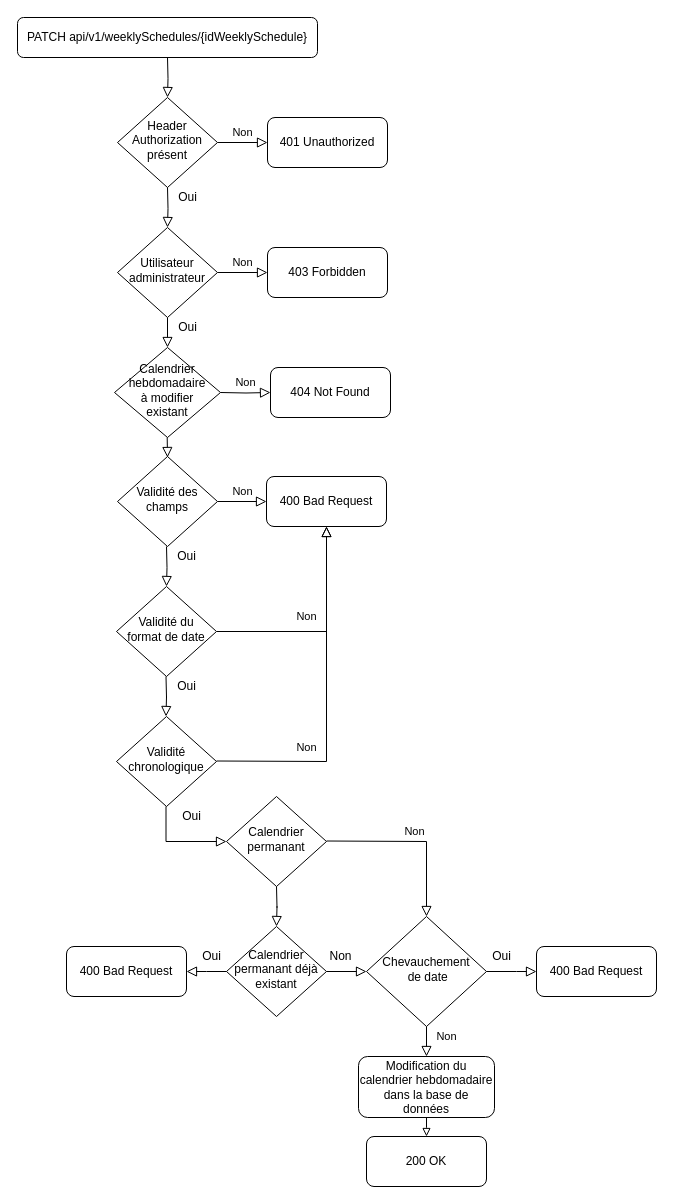
This is documentation/diagram/drawio/flowchartUpdateOneWeeklySchedule.drawio from jonathanboreljaquet/bj-travail-diplome-2021, a draw.io file, before an edit. Source tidied: cells renumbered, new cells numbered last; positions are measured from the earlier drawing's top-left corner, leaving out a move shared by most shapes. Both pictures are drawn from the tidied source at 100%, with x=0, y=0 at pixel (17, 17).
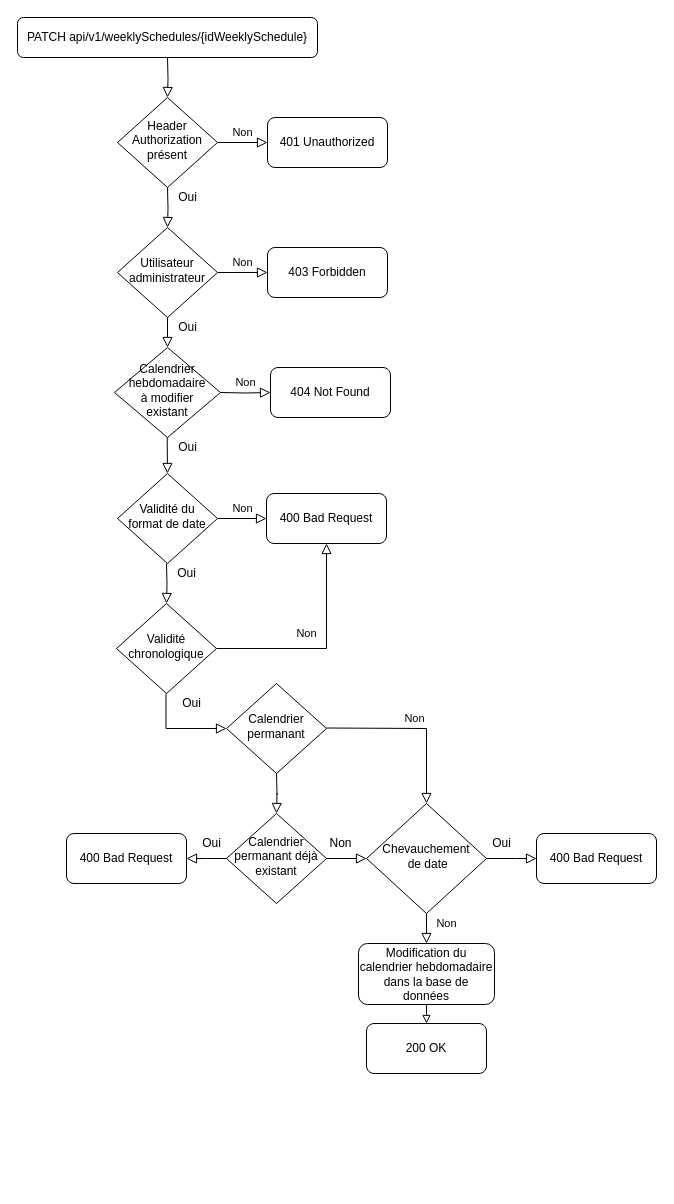
Above is the later version.

Change to the diagram source:
```diff
@@
-    <mxCell id="5" value="Validité des &lt;br&gt;champs" style="rhombus;whiteSpace=wrap;html=1;shadow=0;fontFamily=Helvetica;fontSize=12;align=center;strokeWidth=1;spacing=6;spacingTop=-4;" parent="1" vertex="1">
-      <mxGeometry x="100" y="439" width="100" height="90" as="geometry" />
+    <mxCell id="5" value="Validité du format de date" style="rhombus;whiteSpace=wrap;html=1;shadow=0;fontFamily=Helvetica;fontSize=12;align=center;strokeWidth=1;spacing=6;spacingTop=-4;" parent="1" vertex="1">
+      <mxGeometry x="100" y="456" width="100" height="90" as="geometry" />
     </mxCell>
     <mxCell id="6" value="400 Bad Request" style="rounded=1;whiteSpace=wrap;html=1;fontSize=12;glass=0;strokeWidth=1;shadow=0;" parent="1" vertex="1">
-      <mxGeometry x="249" y="459" width="120" height="50" as="geometry" />
+      <mxGeometry x="249" y="476" width="120" height="50" as="geometry" />
     </mxCell>
     <mxCell id="7" style="edgeStyle=orthogonalEdgeStyle;rounded=0;jettySize=auto;html=1;endArrow=block;endFill=0;entryX=0.5;entryY=0;entryDx=0;entryDy=0;" parent="1" edge="1" source="8" target="9">
       <mxGeometry relative="1" as="geometry">
         <Array as="points">
-          <mxPoint x="409" y="1110" />
-          <mxPoint x="409" y="1110" />
+          <mxPoint x="409" y="997" />
+          <mxPoint x="409" y="997" />
         </Array>
       </mxGeometry>
     </mxCell>
     <mxCell id="8" value="Modification&amp;nbsp;du calendrier hebdomadaire dans la base de données" style="rounded=1;whiteSpace=wrap;html=1;fontSize=12;glass=0;strokeWidth=1;shadow=0;" parent="1" vertex="1">
-      <mxGeometry x="341" y="1039" width="136" height="61" as="geometry" />
+      <mxGeometry x="341" y="926" width="136" height="61" as="geometry" />
     </mxCell>
     <mxCell id="9" value="200 OK" style="rounded=1;whiteSpace=wrap;html=1;fontSize=12;glass=0;strokeWidth=1;shadow=0;" parent="1" vertex="1">
-      <mxGeometry x="349" y="1119" width="120" height="50" as="geometry" />
+      <mxGeometry x="349" y="1006" width="120" height="50" as="geometry" />
     </mxCell>
@@
     <mxCell id="18" style="rounded=0;html=1;jettySize=auto;fontSize=11;endArrow=block;endFill=0;endSize=8;strokeWidth=1;shadow=0;labelBackgroundColor=none;edgeStyle=orthogonalEdgeStyle;" parent="1" edge="1" target="20">
       <mxGeometry relative="1" as="geometry">
-        <mxPoint x="149" y="529" as="sourcePoint" />
+        <mxPoint x="149" y="546" as="sourcePoint" />
       </mxGeometry>
     </mxCell>
@@
-    <mxCell id="20" value="Validité du format de date" style="rhombus;whiteSpace=wrap;html=1;shadow=0;fontFamily=Helvetica;fontSize=12;align=center;strokeWidth=1;spacing=6;spacingTop=-4;" parent="1" vertex="1">
-      <mxGeometry x="99" y="569" width="100" height="90" as="geometry" />
+    <mxCell id="20" value="Validité chronologique" style="rhombus;whiteSpace=wrap;html=1;shadow=0;fontFamily=Helvetica;fontSize=12;align=center;strokeWidth=1;spacing=6;spacingTop=-4;" parent="1" vertex="1">
+      <mxGeometry x="99" y="586" width="100" height="90" as="geometry" />
     </mxCell>
-    <mxCell id="21" style="rounded=0;html=1;jettySize=auto;orthogonalLoop=1;fontSize=11;endArrow=block;endFill=0;endSize=8;strokeWidth=1;shadow=0;labelBackgroundColor=none;edgeStyle=orthogonalEdgeStyle;" parent="1" edge="1">
-      <mxGeometry relative="1" as="geometry">
-        <mxPoint x="148.5" y="659" as="sourcePoint" />
-        <mxPoint x="148.5" y="699" as="targetPoint" />
-      </mxGeometry>
-    </mxCell>
-    <mxCell id="22" value="Oui" style="text;html=1;align=center;verticalAlign=middle;strokeColor=none;" parent="1" vertex="1">
-      <mxGeometry x="154" y="659" width="30" height="20" as="geometry" />
-    </mxCell>
@@
     <mxCell id="25" value="Oui" style="text;html=1;align=center;verticalAlign=middle;strokeColor=none;" parent="1" vertex="1">
-      <mxGeometry x="154" y="529" width="30" height="20" as="geometry" />
+      <mxGeometry x="154" y="546" width="30" height="20" as="geometry" />
     </mxCell>
-    <mxCell id="26" value="Validité chronologique" style="rhombus;whiteSpace=wrap;html=1;shadow=0;fontFamily=Helvetica;fontSize=12;align=center;strokeWidth=1;spacing=6;spacingTop=-4;" parent="1" vertex="1">
-      <mxGeometry x="99" y="699" width="100" height="90" as="geometry" />
-    </mxCell>
     <mxCell id="27" style="rounded=0;html=1;jettySize=auto;fontSize=11;endArrow=block;endFill=0;endSize=8;strokeWidth=1;shadow=0;labelBackgroundColor=none;edgeStyle=orthogonalEdgeStyle;entryX=0;entryY=0.5;entryDx=0;entryDy=0;" parent="1" edge="1" target="30">
       <mxGeometry relative="1" as="geometry">
-        <mxPoint x="148.5" y="789" as="sourcePoint" />
+        <mxPoint x="148.5" y="676" as="sourcePoint" />
         <Array as="points">
-          <mxPoint x="149" y="824" />
+          <mxPoint x="149" y="711" />
         </Array>
       </mxGeometry>
     </mxCell>
     <mxCell id="28" value="Oui" style="text;html=1;align=center;verticalAlign=middle;strokeColor=none;" parent="1" vertex="1">
-      <mxGeometry x="159" y="789" width="30" height="20" as="geometry" />
+      <mxGeometry x="159" y="676" width="30" height="20" as="geometry" />
     </mxCell>
-    <mxCell id="29" value="Non" style="edgeStyle=orthogonalEdgeStyle;rounded=0;html=1;jettySize=auto;fontSize=11;endArrow=block;endFill=0;endSize=8;strokeWidth=1;shadow=0;labelBackgroundColor=none;entryX=0.5;entryY=1;entryDx=0;entryDy=0;" parent="1" edge="1" target="6">
-      <mxGeometry x="-0.48" y="15" relative="1" as="geometry">
-        <mxPoint x="199" y="743.5" as="sourcePoint" />
-        <mxPoint y="1" as="offset" />
-      </mxGeometry>
-    </mxCell>
     <mxCell id="30" value="Calendrier permanant" style="rhombus;whiteSpace=wrap;html=1;shadow=0;fontFamily=Helvetica;fontSize=12;align=center;strokeWidth=1;spacing=6;spacingTop=-4;" parent="1" vertex="1">
-      <mxGeometry x="209" y="779" width="100" height="90" as="geometry" />
+      <mxGeometry x="209" y="666" width="100" height="90" as="geometry" />
     </mxCell>
     <mxCell id="31" style="rounded=0;html=1;jettySize=auto;orthogonalLoop=1;fontSize=11;endArrow=block;endFill=0;endSize=8;strokeWidth=1;shadow=0;labelBackgroundColor=none;edgeStyle=orthogonalEdgeStyle;" parent="1" edge="1">
       <mxGeometry relative="1" as="geometry">
-        <mxPoint x="259" y="869" as="sourcePoint" />
-        <mxPoint x="259" y="909" as="targetPoint" />
+        <mxPoint x="259" y="756" as="sourcePoint" />
+        <mxPoint x="259" y="796" as="targetPoint" />
       </mxGeometry>
     </mxCell>
     <mxCell id="32" value="Oui" style="text;html=1;align=center;verticalAlign=middle;strokeColor=none;" parent="1" vertex="1">
-      <mxGeometry x="469" y="929" width="30" height="20" as="geometry" />
+      <mxGeometry x="469" y="816" width="30" height="20" as="geometry" />
     </mxCell>
     <mxCell id="33" value="Calendrier permanant déjà existant" style="rhombus;whiteSpace=wrap;html=1;shadow=0;fontFamily=Helvetica;fontSize=12;align=center;strokeWidth=1;spacing=6;spacingTop=-4;" parent="1" vertex="1">
-      <mxGeometry x="209" y="909" width="100" height="90" as="geometry" />
+      <mxGeometry x="209" y="796" width="100" height="90" as="geometry" />
     </mxCell>
     <mxCell id="34" style="rounded=0;html=1;jettySize=auto;fontSize=11;endArrow=block;endFill=0;endSize=8;strokeWidth=1;shadow=0;labelBackgroundColor=none;edgeStyle=orthogonalEdgeStyle;" parent="1" edge="1" source="33">
       <mxGeometry relative="1" as="geometry">
-        <mxPoint x="169" y="954" as="targetPoint" />
+        <mxPoint x="169" y="841" as="targetPoint" />
       </mxGeometry>
     </mxCell>
     <mxCell id="35" value="Oui" style="text;html=1;align=center;verticalAlign=middle;strokeColor=none;" parent="1" vertex="1">
-      <mxGeometry x="179" y="929" width="30" height="20" as="geometry" />
+      <mxGeometry x="179" y="816" width="30" height="20" as="geometry" />
     </mxCell>
     <mxCell id="36" value="Non" style="edgeStyle=orthogonalEdgeStyle;rounded=0;html=1;jettySize=auto;fontSize=11;endArrow=block;endFill=0;endSize=8;strokeWidth=1;shadow=0;labelBackgroundColor=none;entryX=0.5;entryY=0;entryDx=0;entryDy=0;" parent="1" edge="1" target="37">
       <mxGeometry y="10" relative="1" as="geometry">
-        <mxPoint x="309" y="823.5" as="sourcePoint" />
+        <mxPoint x="309" y="710.5" as="sourcePoint" />
       </mxGeometry>
     </mxCell>
     <mxCell id="37" value="Chevauchement&lt;br&gt;&amp;nbsp;de date" style="rhombus;whiteSpace=wrap;html=1;shadow=0;fontFamily=Helvetica;fontSize=12;align=center;strokeWidth=1;spacing=6;spacingTop=-4;" parent="1" vertex="1">
-      <mxGeometry x="349" y="899" width="120" height="110" as="geometry" />
+      <mxGeometry x="349" y="786" width="120" height="110" as="geometry" />
     </mxCell>
     <mxCell id="38" style="rounded=0;html=1;jettySize=auto;fontSize=11;endArrow=block;endFill=0;endSize=8;strokeWidth=1;shadow=0;labelBackgroundColor=none;edgeStyle=orthogonalEdgeStyle;exitX=1;exitY=0.5;exitDx=0;exitDy=0;" parent="1" edge="1" source="37">
       <mxGeometry relative="1" as="geometry">
-        <mxPoint x="519" y="954" as="targetPoint" />
+        <mxPoint x="519" y="841" as="targetPoint" />
         <Array as="points">
-          <mxPoint x="499" y="954" />
+          <mxPoint x="499" y="841" />
         </Array>
       </mxGeometry>
     </mxCell>
     <mxCell id="39" value="400 Bad Request" style="rounded=1;whiteSpace=wrap;html=1;fontSize=12;glass=0;strokeWidth=1;shadow=0;" parent="1" vertex="1">
-      <mxGeometry x="519" y="929" width="120" height="50" as="geometry" />
+      <mxGeometry x="519" y="816" width="120" height="50" as="geometry" />
     </mxCell>
     <mxCell id="40" value="400 Bad Request" style="rounded=1;whiteSpace=wrap;html=1;fontSize=12;glass=0;strokeWidth=1;shadow=0;" parent="1" vertex="1">
-      <mxGeometry x="49" y="929" width="120" height="50" as="geometry" />
+      <mxGeometry x="49" y="816" width="120" height="50" as="geometry" />
     </mxCell>
     <mxCell id="41" value="Non" style="text;html=1;align=center;verticalAlign=middle;strokeColor=none;" parent="1" vertex="1">
-      <mxGeometry x="303" y="929" width="40" height="20" as="geometry" />
+      <mxGeometry x="303" y="816" width="40" height="20" as="geometry" />
     </mxCell>
@@
     <mxCell id="43" value="Non" style="edgeStyle=orthogonalEdgeStyle;rounded=0;html=1;jettySize=auto;fontSize=11;endArrow=block;endFill=0;endSize=8;strokeWidth=1;shadow=0;labelBackgroundColor=none;exitX=0.5;exitY=1;exitDx=0;exitDy=0;entryX=0.5;entryY=0;entryDx=0;entryDy=0;" parent="1" edge="1" source="37" target="8">
       <mxGeometry x="-0.33" y="20" relative="1" as="geometry">
         <Array as="points">
-          <mxPoint x="409" y="1029" />
-          <mxPoint x="409" y="1029" />
+          <mxPoint x="409" y="916" />
+          <mxPoint x="409" y="916" />
         </Array>
       </mxGeometry>
     </mxCell>
@@
-    <mxCell id="45" style="rounded=0;html=1;jettySize=auto;orthogonalLoop=1;fontSize=11;endArrow=block;endFill=0;endSize=8;strokeWidth=1;shadow=0;labelBackgroundColor=none;edgeStyle=orthogonalEdgeStyle;" parent="1" edge="1">
+    <mxCell id="45" style="rounded=0;html=1;jettySize=auto;fontSize=11;endArrow=block;endFill=0;endSize=8;strokeWidth=1;shadow=0;labelBackgroundColor=none;edgeStyle=orthogonalEdgeStyle;entryX=0.5;entryY=0;entryDx=0;entryDy=0;" parent="1" edge="1" target="5">
       <mxGeometry relative="1" as="geometry">
         <mxPoint x="149.7" y="420" as="sourcePoint" />
-        <mxPoint x="150" y="440" as="targetPoint" />
       </mxGeometry>
     </mxCell>
@@
+    <mxCell id="22" value="Oui" style="text;html=1;align=center;verticalAlign=middle;strokeColor=none;" parent="1" vertex="1">
+      <mxGeometry x="155" y="420" width="30" height="20" as="geometry" />
+    </mxCell>
```
